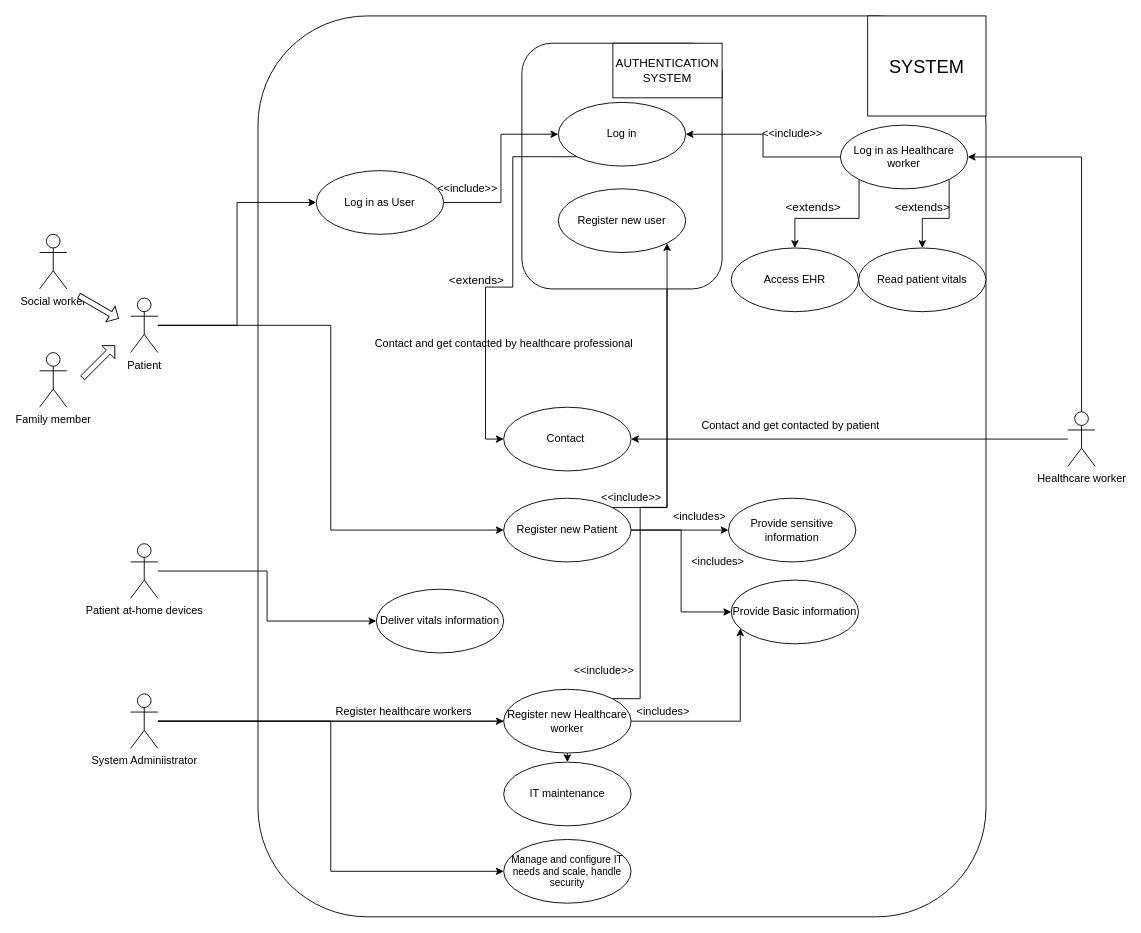
Above: Task 1/source/images/03e_Main_Use_Cases.drawio in SteinarVrenne/school_imt3501 (draw.io), before the change. Source tidied: cells renumbered, new cells numbered last; positions are measured from the earlier drawing's top-left corner, leaving out a move shared by most shapes. Both pictures are drawn from the tidied source at 91%, with x=0, y=0 at pixel (39, 15).
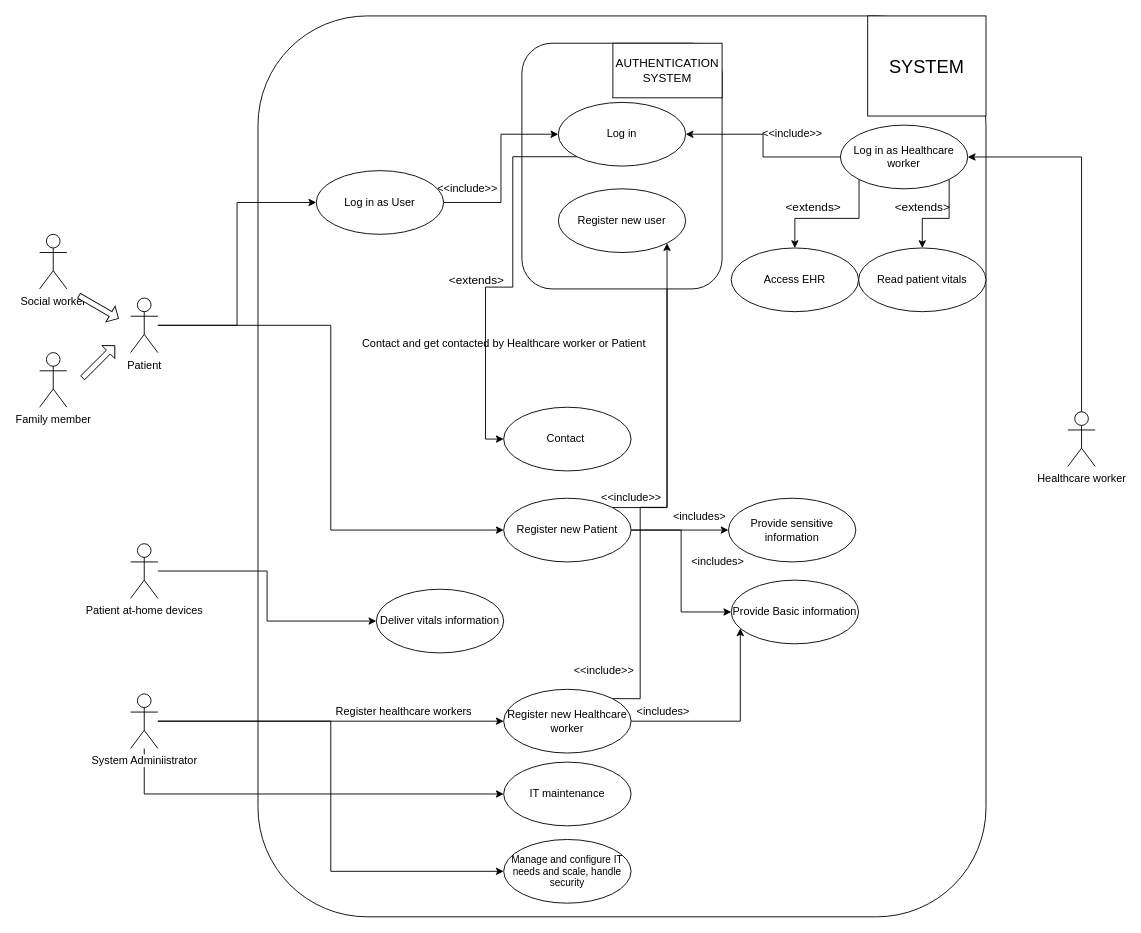
The same page after the edit.

Commit message (it also covers changes not shown here):
Work on 03e Use Case

The change refers to these unchanged cells:
```xml
<mxCell id="6" value="Healthcare worker" style="shape=umlActor;verticalLabelPosition=bottom;labelBackgroundColor=#ffffff;verticalAlign=top;html=1;" parent="1" vertex="1">
  <mxGeometry x="1130" y="435" width="30" height="60" as="geometry" />
</mxCell>
<mxCell id="10" value="System Adminiistrator" style="shape=umlActor;verticalLabelPosition=bottom;labelBackgroundColor=#ffffff;verticalAlign=top;html=1;" parent="1" vertex="1">
  <mxGeometry x="100" y="745" width="30" height="60" as="geometry" />
</mxCell>
<mxCell id="11" value="Contact&amp;nbsp;" style="ellipse;whiteSpace=wrap;html=1;" parent="1" vertex="1">
  <mxGeometry x="510" y="430" width="140" height="70" as="geometry" />
</mxCell>
<mxCell id="25" value="IT maintenance" style="ellipse;whiteSpace=wrap;html=1;" parent="1" vertex="1">
  <mxGeometry x="510" y="820" width="140" height="70" as="geometry" />
</mxCell>
```

Change to the diagram source:
```diff
@@
-    <mxCell id="5" style="edgeStyle=orthogonalEdgeStyle;rounded=0;jettySize=auto;html=1;entryX=1;entryY=0.5;entryDx=0;entryDy=0;" parent="1" edge="1" source="6" target="11">
-      <mxGeometry relative="1" as="geometry" />
-    </mxCell>
@@
     <mxCell id="8" style="edgeStyle=orthogonalEdgeStyle;rounded=0;jettySize=auto;html=1;" parent="1" edge="1" source="10" target="25">
-      <mxGeometry relative="1" as="geometry" />
+      <mxGeometry relative="1" as="geometry">
+        <Array as="points">
+          <mxPoint x="115" y="855" />
+        </Array>
+      </mxGeometry>
     </mxCell>
@@
-    <mxCell id="15" value="Contact and get contacted by patient&lt;br&gt;" style="text;html=1;align=center;verticalAlign=middle;" parent="1" vertex="1">
-      <mxGeometry x="720" y="440" width="210" height="20" as="geometry" />
-    </mxCell>
-    <mxCell id="16" value="Contact and get contacted by healthcare professional" style="text;html=1;align=center;verticalAlign=middle;" parent="1" vertex="1">
-      <mxGeometry x="360" y="350" width="300" height="20" as="geometry" />
+    <mxCell id="16" value="Contact and get contacted by Healthcare worker or Patient" style="text;html=1;align=center;verticalAlign=middle;" parent="1" vertex="1">
+      <mxGeometry x="345" y="350" width="330" height="20" as="geometry" />
     </mxCell>
```
